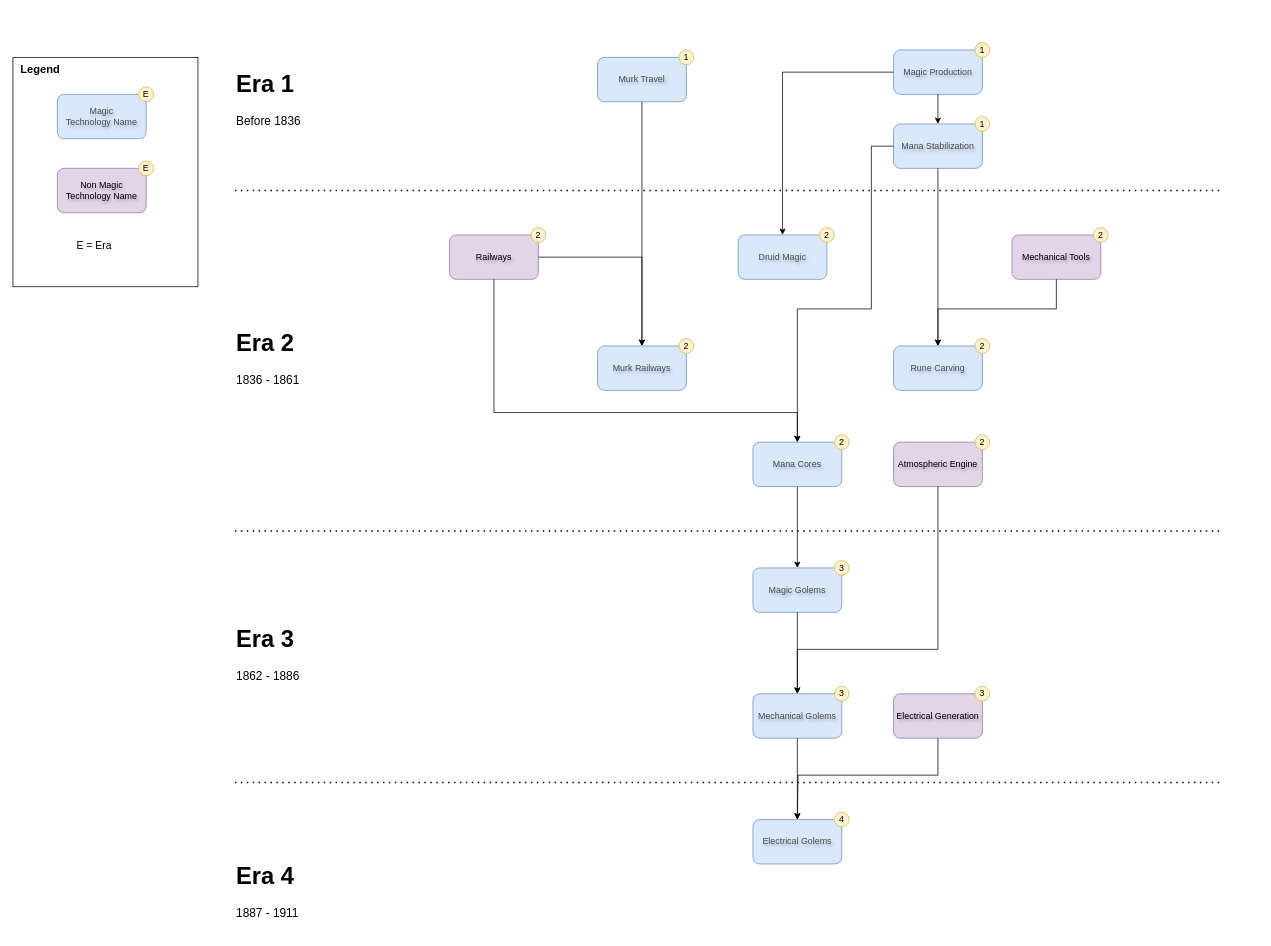
The draw.io diagram documentation/TECH_TREE_PRODUCTION.drawio in kaiser-chris/gate-mod, before the edit. Source tidied: cells renumbered, new cells numbered last; positions are measured from the earlier drawing's top-left corner, leaving out a move shared by most shapes. Both pictures are drawn from the tidied source at 74%, with x=0, y=0 at pixel (13, 42).
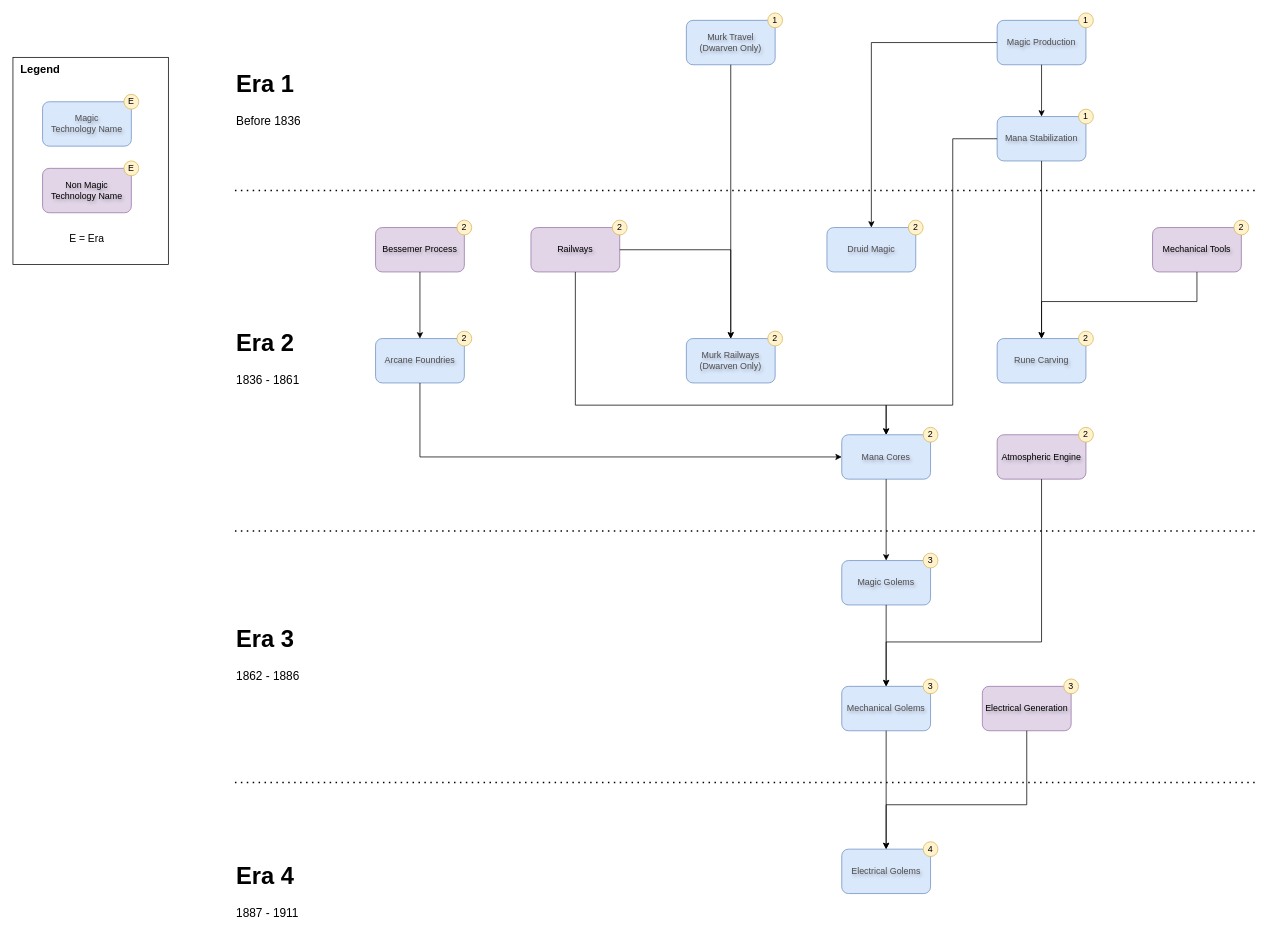
The same page after the edit.

The change refers to these unchanged cells:
```xml
<mxCell id="6" value="Mana Stabilization" style="rounded=1;whiteSpace=wrap;html=1;fillColor=#dae8fc;strokeColor=#6c8ebf;textShadow=1;fontColor=light-dark(#4D4D4D, #000000);" parent="5" vertex="1">
  <mxGeometry y="10" width="120" height="60" as="geometry" />
</mxCell>
<mxCell id="9" value="Rune Carving" style="rounded=1;whiteSpace=wrap;html=1;fillColor=#dae8fc;strokeColor=#6c8ebf;textShadow=1;fontColor=light-dark(#4D4D4D, #000000);" parent="8" vertex="1">
  <mxGeometry y="10" width="120" height="60" as="geometry" />
</mxCell>
<mxCell id="15" value="Mana Cores" style="rounded=1;whiteSpace=wrap;html=1;fillColor=#dae8fc;strokeColor=#6c8ebf;textShadow=1;fontColor=light-dark(#4D4D4D, #000000);" parent="14" vertex="1">
  <mxGeometry y="10" width="120" height="60" as="geometry" />
</mxCell>
<mxCell id="21" value="Mechanical Golems" style="rounded=1;whiteSpace=wrap;html=1;fillColor=#dae8fc;strokeColor=#6c8ebf;textShadow=1;fontColor=light-dark(#4D4D4D, #000000);" parent="20" vertex="1">
  <mxGeometry y="10" width="120" height="60" as="geometry" />
</mxCell>
<mxCell id="27" value="Electrical Golems" style="rounded=1;whiteSpace=wrap;html=1;fillColor=#dae8fc;strokeColor=#6c8ebf;textShadow=1;fontColor=light-dark(#4D4D4D, #000000);" parent="26" vertex="1">
  <mxGeometry y="10" width="120" height="60" as="geometry" />
</mxCell>
<mxCell id="32" value="Mechanical Tools" style="rounded=1;whiteSpace=wrap;html=1;fillColor=#e1d5e7;strokeColor=#9673a6;textShadow=1;fontColor=#000000;" parent="31" vertex="1">
  <mxGeometry y="10" width="120" height="60" as="geometry" />
</mxCell>
<mxCell id="41" value="Railways" style="rounded=1;whiteSpace=wrap;html=1;fillColor=#e1d5e7;strokeColor=#9673a6;textShadow=1;fontColor=#000000;" parent="40" vertex="1">
  <mxGeometry y="10" width="120" height="60" as="geometry" />
</mxCell>
<mxCell id="49" value="Atmospheric Engine" style="rounded=1;whiteSpace=wrap;html=1;fillColor=#e1d5e7;strokeColor=#9673a6;textShadow=1;fontColor=#000000;" parent="48" vertex="1">
  <mxGeometry y="10" width="120" height="60" as="geometry" />
</mxCell>
<mxCell id="55" value="Electrical Generation" style="rounded=1;whiteSpace=wrap;html=1;fillColor=#e1d5e7;strokeColor=#9673a6;textShadow=1;fontColor=#000000;" parent="53" vertex="1">
  <mxGeometry y="10" width="120" height="60" as="geometry" />
</mxCell>
```

Diff of the diagram source:
```diff
@@
+    <mxCell id="65" value="&lt;font style=&quot;font-size: 15px;&quot;&gt;&lt;b&gt;&amp;nbsp; Legend&lt;/b&gt;&lt;/font&gt;" style="rounded=0;whiteSpace=wrap;html=1;align=left;verticalAlign=top;" parent="1" vertex="1">
+      <mxGeometry y="20" width="210" height="280" as="geometry" />
+    </mxCell>
     <mxCell id="2" style="group;" parent="1" vertex="1">
-      <mxGeometry x="1190" width="130" height="70" as="geometry" />
+      <mxGeometry x="1330" y="-40" width="130" height="70" as="geometry" />
     </mxCell>
@@
     <mxCell id="5" style="group;" parent="1" vertex="1">
-      <mxGeometry x="1190" y="100" width="130" height="70" as="geometry" />
+      <mxGeometry x="1330" y="90" width="130" height="70" as="geometry" />
     </mxCell>
@@
     <mxCell id="8" style="group;" parent="1" vertex="1">
-      <mxGeometry x="1190" y="400" width="130" height="70" as="geometry" />
+      <mxGeometry x="1330" y="390" width="130" height="70" as="geometry" />
     </mxCell>
@@
     <mxCell id="11" style="group;" parent="1" vertex="1">
-      <mxGeometry x="980" y="250" width="130" height="70" as="geometry" />
+      <mxGeometry x="1100" y="240" width="130" height="70" as="geometry" />
     </mxCell>
@@
     <mxCell id="14" style="group;" parent="1" vertex="1">
-      <mxGeometry x="1000" y="530" width="130" height="70" as="geometry" />
+      <mxGeometry x="1120" y="520" width="130" height="70" as="geometry" />
     </mxCell>
@@
     <mxCell id="17" style="group;" parent="1" vertex="1">
-      <mxGeometry x="790" y="400" width="130" height="70" as="geometry" />
+      <mxGeometry x="910" y="390" width="130" height="70" as="geometry" />
     </mxCell>
-    <mxCell id="18" value="Murk Railways" style="rounded=1;whiteSpace=wrap;html=1;fillColor=#dae8fc;strokeColor=#6c8ebf;textShadow=1;fontColor=light-dark(#4D4D4D, #000000);" parent="17" vertex="1">
+    <mxCell id="18" value="Murk Railways&lt;div&gt;(Dwarven Only)&lt;br&gt;&lt;/div&gt;" style="rounded=1;whiteSpace=wrap;html=1;fillColor=#dae8fc;strokeColor=#6c8ebf;textShadow=1;fontColor=light-dark(#4D4D4D, #000000);" parent="17" vertex="1">
       <mxGeometry y="10" width="120" height="60" as="geometry" />
     </mxCell>
@@
     <mxCell id="20" style="group;" parent="1" vertex="1">
-      <mxGeometry x="1000" y="870" width="130" height="70" as="geometry" />
+      <mxGeometry x="1120" y="860" width="130" height="70" as="geometry" />
     </mxCell>
@@
     <mxCell id="23" style="group;" parent="1" vertex="1">
-      <mxGeometry x="1000" y="700" width="130" height="70" as="geometry" />
+      <mxGeometry x="1120" y="690" width="130" height="70" as="geometry" />
     </mxCell>
@@
     <mxCell id="26" style="group;" parent="1" vertex="1">
-      <mxGeometry x="1000" y="1040" width="130" height="70" as="geometry" />
+      <mxGeometry x="1120" y="1080" width="130" height="70" as="geometry" />
     </mxCell>
@@
     <mxCell id="31" style="group;" parent="1" vertex="1">
-      <mxGeometry x="1350" y="250" width="130" height="70" as="geometry" />
+      <mxGeometry x="1540" y="240" width="130" height="70" as="geometry" />
     </mxCell>
@@
     <mxCell id="34" style="edgeStyle=orthogonalEdgeStyle;rounded=0;jettySize=auto;html=1;entryX=0.5;entryY=0;entryDx=0;entryDy=0;exitX=0.5;exitY=1;exitDx=0;exitDy=0;" parent="1" edge="1" source="32" target="9">
       <mxGeometry relative="1" as="geometry">
         <Array as="points">
-          <mxPoint x="1410" y="360" />
-          <mxPoint x="1250" y="360" />
+          <mxPoint x="1600" y="350" />
+          <mxPoint x="1390" y="350" />
         </Array>
       </mxGeometry>
     </mxCell>
     <mxCell id="35" style="group;" parent="1" vertex="1">
-      <mxGeometry x="790" y="10" width="130" height="70" as="geometry" />
+      <mxGeometry x="910" y="-40" width="130" height="70" as="geometry" />
     </mxCell>
-    <mxCell id="36" value="Murk Travel" style="rounded=1;whiteSpace=wrap;html=1;fillColor=#dae8fc;strokeColor=#6c8ebf;textShadow=1;fontColor=light-dark(#4D4D4D, #000000);" parent="35" vertex="1">
+    <mxCell id="36" value="Murk Travel&lt;div&gt;(Dwarven Only)&lt;/div&gt;" style="rounded=1;whiteSpace=wrap;html=1;fillColor=#dae8fc;strokeColor=#6c8ebf;textShadow=1;fontColor=light-dark(#4D4D4D, #000000);" parent="35" vertex="1">
       <mxGeometry y="10" width="120" height="60" as="geometry" />
     </mxCell>
@@
     <mxCell id="40" style="group;" parent="1" vertex="1">
-      <mxGeometry x="590" y="250" width="130" height="70" as="geometry" />
+      <mxGeometry x="700" y="240" width="130" height="70" as="geometry" />
     </mxCell>
@@
     <mxCell id="44" style="edgeStyle=orthogonalEdgeStyle;rounded=0;jettySize=auto;html=1;entryX=0.5;entryY=0;entryDx=0;entryDy=0;exitX=0;exitY=0.5;exitDx=0;exitDy=0;" parent="1" edge="1" source="6" target="15">
       <mxGeometry relative="1" as="geometry">
         <Array as="points">
-          <mxPoint x="1160" y="140" />
-          <mxPoint x="1160" y="360" />
-          <mxPoint x="1060" y="360" />
+          <mxPoint x="1270" y="130" />
+          <mxPoint x="1270" y="490" />
+          <mxPoint x="1180" y="490" />
         </Array>
       </mxGeometry>
     </mxCell>
-    <mxCell id="45" style="edgeStyle=orthogonalEdgeStyle;rounded=0;jettySize=auto;html=1;" parent="1" edge="1" source="41" target="15">
+    <mxCell id="45" style="edgeStyle=orthogonalEdgeStyle;rounded=0;jettySize=auto;html=1;exitX=0.5;exitY=1;exitDx=0;exitDy=0;" parent="1" edge="1" source="41" target="15">
       <mxGeometry relative="1" as="geometry">
         <Array as="points">
-          <mxPoint x="650" y="500" />
-          <mxPoint x="1060" y="500" />
+          <mxPoint x="760" y="490" />
+          <mxPoint x="1180" y="490" />
         </Array>
       </mxGeometry>
     </mxCell>
@@
     <mxCell id="48" style="group;" parent="1" vertex="1">
-      <mxGeometry x="1190" y="530" width="130" height="70" as="geometry" />
+      <mxGeometry x="1330" y="520" width="130" height="70" as="geometry" />
     </mxCell>
@@
-    <mxCell id="51" style="edgeStyle=orthogonalEdgeStyle;rounded=0;jettySize=auto;html=1;entryX=0.5;entryY=0;entryDx=0;entryDy=0;" parent="1" edge="1" source="49" target="21">
+    <mxCell id="51" style="edgeStyle=orthogonalEdgeStyle;rounded=0;jettySize=auto;html=1;entryX=0.5;entryY=0;entryDx=0;entryDy=0;exitX=0.5;exitY=1;exitDx=0;exitDy=0;" parent="1" edge="1" source="49" target="21">
       <mxGeometry relative="1" as="geometry">
         <Array as="points">
-          <mxPoint x="1250" y="820" />
-          <mxPoint x="1060" y="820" />
+          <mxPoint x="1390" y="810" />
+          <mxPoint x="1180" y="810" />
         </Array>
       </mxGeometry>
     </mxCell>
@@
     <mxCell id="53" style="group;" parent="1" vertex="1">
-      <mxGeometry x="1190" y="870" width="130" height="70" as="geometry" />
+      <mxGeometry x="1310" y="860" width="130" height="70" as="geometry" />
     </mxCell>
-    <mxCell id="54" style="edgeStyle=orthogonalEdgeStyle;rounded=0;jettySize=auto;html=1;" parent="53" edge="1" source="55">
-      <mxGeometry relative="1" as="geometry">
-        <mxPoint x="-130" y="180" as="targetPoint" />
-        <Array as="points">
-          <mxPoint x="60" y="120" />
-          <mxPoint x="-129" y="120" />
-          <mxPoint x="-129" y="180" />
-        </Array>
-      </mxGeometry>
-    </mxCell>
@@
     <mxCell id="57" style="endArrow=none;dashed=1;html=1;dashPattern=1 3;strokeWidth=2;rounded=0;" parent="1" edge="1">
       <mxGeometry relative="1" as="geometry">
         <mxPoint x="300" y="200" as="sourcePoint" />
-        <mxPoint x="1630" y="200" as="targetPoint" />
+        <mxPoint x="1680" y="200" as="targetPoint" />
       </mxGeometry>
     </mxCell>
     <mxCell id="58" style="endArrow=none;dashed=1;html=1;dashPattern=1 3;strokeWidth=2;rounded=0;" parent="1" edge="1">
       <mxGeometry relative="1" as="geometry">
         <mxPoint x="300" y="660" as="sourcePoint" />
-        <mxPoint x="1630" y="660" as="targetPoint" />
+        <mxPoint x="1680" y="660" as="targetPoint" />
       </mxGeometry>
     </mxCell>
     <mxCell id="59" style="endArrow=none;dashed=1;html=1;dashPattern=1 3;strokeWidth=2;rounded=0;" parent="1" edge="1">
       <mxGeometry relative="1" as="geometry">
         <mxPoint x="300" y="1000" as="sourcePoint" />
-        <mxPoint x="1630" y="1000" as="targetPoint" />
+        <mxPoint x="1680" y="1000" as="targetPoint" />
       </mxGeometry>
     </mxCell>
@@
-    <mxCell id="64" style="group;" parent="1" vertex="1">
-      <mxGeometry x="60" y="60" width="190" height="270" as="geometry" />
-    </mxCell>
-    <mxCell id="65" value="&lt;font style=&quot;font-size: 15px;&quot;&gt;&lt;b&gt;&amp;nbsp; Legend&lt;/b&gt;&lt;/font&gt;" style="rounded=0;whiteSpace=wrap;html=1;align=left;verticalAlign=top;" parent="64" vertex="1">
-      <mxGeometry x="-60" y="-40" width="250" height="310" as="geometry" />
-    </mxCell>
-    <mxCell id="66" value="Magic&lt;br&gt;Technology Name" style="rounded=1;whiteSpace=wrap;html=1;fillColor=#dae8fc;strokeColor=#6c8ebf;textShadow=1;fontColor=light-dark(#4D4D4D, #000000);" parent="64" vertex="1">
-      <mxGeometry y="10" width="120" height="60" as="geometry" />
-    </mxCell>
-    <mxCell id="67" value="E" style="ellipse;whiteSpace=wrap;html=1;fillColor=#fff2cc;strokeColor=#d6b656;fontColor=#000000;" parent="64" vertex="1">
-      <mxGeometry x="110" width="20" height="20" as="geometry" />
-    </mxCell>
-    <mxCell id="68" value="&lt;font style=&quot;font-size: 14px;&quot;&gt;E = Era&lt;/font&gt;" style="text;html=1;align=center;verticalAlign=middle;whiteSpace=wrap;rounded=0;" parent="64" vertex="1">
-      <mxGeometry x="20" y="200" width="60" height="30" as="geometry" />
-    </mxCell>
     <mxCell id="69" style="group;" parent="1" vertex="1">
-      <mxGeometry x="60" y="160" width="130" height="70" as="geometry" />
+      <mxGeometry x="40" y="160" width="130" height="70" as="geometry" />
     </mxCell>
@@
+    <mxCell id="72" style="group;" parent="1" vertex="1">
+      <mxGeometry x="490" y="390" width="130" height="70" as="geometry" />
+    </mxCell>
+    <mxCell id="73" value="Arcane Foundries" style="rounded=1;whiteSpace=wrap;html=1;fillColor=#dae8fc;strokeColor=#6c8ebf;textShadow=1;fontColor=light-dark(#4D4D4D, #000000);" parent="72" vertex="1">
+      <mxGeometry y="10" width="120" height="60" as="geometry" />
+    </mxCell>
+    <mxCell id="74" value="2" style="ellipse;whiteSpace=wrap;html=1;fillColor=#fff2cc;strokeColor=#d6b656;fontColor=#000000;" parent="72" vertex="1">
+      <mxGeometry x="110" width="20" height="20" as="geometry" />
+    </mxCell>
+    <mxCell id="75" style="edgeStyle=orthogonalEdgeStyle;rounded=0;jettySize=auto;html=1;entryX=0;entryY=0.5;entryDx=0;entryDy=0;exitX=0.5;exitY=1;exitDx=0;exitDy=0;" parent="1" edge="1" source="73" target="15">
+      <mxGeometry relative="1" as="geometry" />
+    </mxCell>
+    <mxCell id="76" style="group;" parent="1" vertex="1">
+      <mxGeometry x="490" y="240" width="130" height="70" as="geometry" />
+    </mxCell>
+    <mxCell id="77" value="Bessemer Process" style="rounded=1;whiteSpace=wrap;html=1;fillColor=#e1d5e7;strokeColor=#9673a6;textShadow=1;fontColor=#000000;" parent="76" vertex="1">
+      <mxGeometry y="10" width="120" height="60" as="geometry" />
+    </mxCell>
+    <mxCell id="78" value="2" style="ellipse;whiteSpace=wrap;html=1;fillColor=#fff2cc;strokeColor=#d6b656;fontColor=#000000;" parent="76" vertex="1">
+      <mxGeometry x="110" width="20" height="20" as="geometry" />
+    </mxCell>
+    <mxCell id="79" style="edgeStyle=orthogonalEdgeStyle;rounded=0;jettySize=auto;html=1;entryX=0.5;entryY=0;entryDx=0;entryDy=0;exitX=0.5;exitY=1;exitDx=0;exitDy=0;" parent="1" edge="1" source="77" target="73">
+      <mxGeometry relative="1" as="geometry" />
+    </mxCell>
+    <mxCell id="68" value="&lt;font style=&quot;font-size: 14px;&quot;&gt;E = Era&lt;/font&gt;" style="text;html=1;align=center;verticalAlign=middle;whiteSpace=wrap;rounded=0;" parent="1" vertex="1">
+      <mxGeometry x="70" y="250" width="60" height="30" as="geometry" />
+    </mxCell>
+    <mxCell id="80" style="group;" parent="1" vertex="1">
+      <mxGeometry x="40" y="70" width="130" height="70" as="geometry" />
+    </mxCell>
+    <mxCell id="66" value="Magic&lt;br&gt;Technology Name" style="rounded=1;whiteSpace=wrap;html=1;fillColor=#dae8fc;strokeColor=#6c8ebf;textShadow=1;fontColor=light-dark(#4D4D4D, #000000);" parent="80" vertex="1">
+      <mxGeometry y="10" width="120" height="60" as="geometry" />
+    </mxCell>
+    <mxCell id="67" value="E" style="ellipse;whiteSpace=wrap;html=1;fillColor=#fff2cc;strokeColor=#d6b656;fontColor=#000000;" parent="80" vertex="1">
+      <mxGeometry x="110" width="20" height="20" as="geometry" />
+    </mxCell>
+    <mxCell id="54" style="edgeStyle=orthogonalEdgeStyle;rounded=0;jettySize=auto;html=1;entryX=0.5;entryY=0;entryDx=0;entryDy=0;" parent="1" edge="1" source="55" target="27">
+      <mxGeometry relative="1" as="geometry">
+        <Array as="points">
+          <mxPoint x="1370" y="1030" />
+          <mxPoint x="1180" y="1030" />
+        </Array>
+      </mxGeometry>
+    </mxCell>
```
